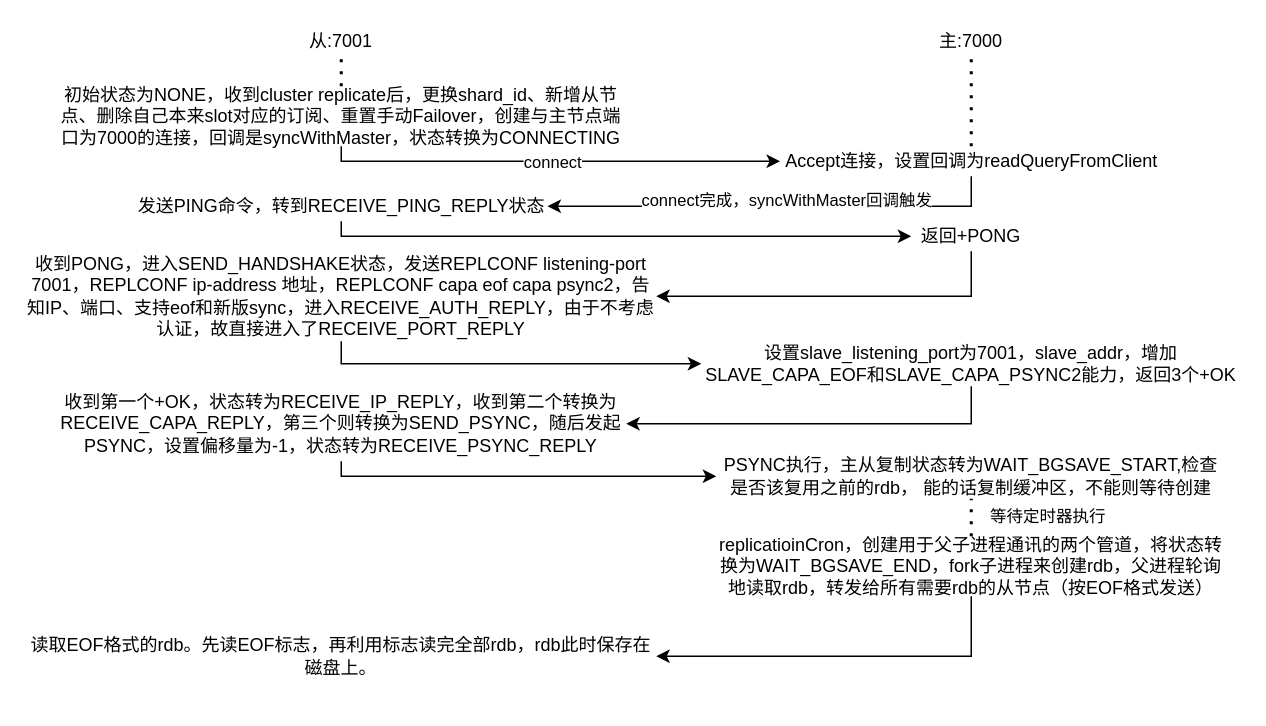
Afeather2017/Afeather-Flowcharts keeps this draw.io diagram as cluster-replication.drawio. Above is the earlier version. Source tidied: cells renumbered, new cells numbered last; positions are measured from the earlier drawing's top-left corner, leaving out a move shared by most shapes. Both pictures are drawn from the tidied source at 150%, with x=0, y=0 at pixel (26, 26).
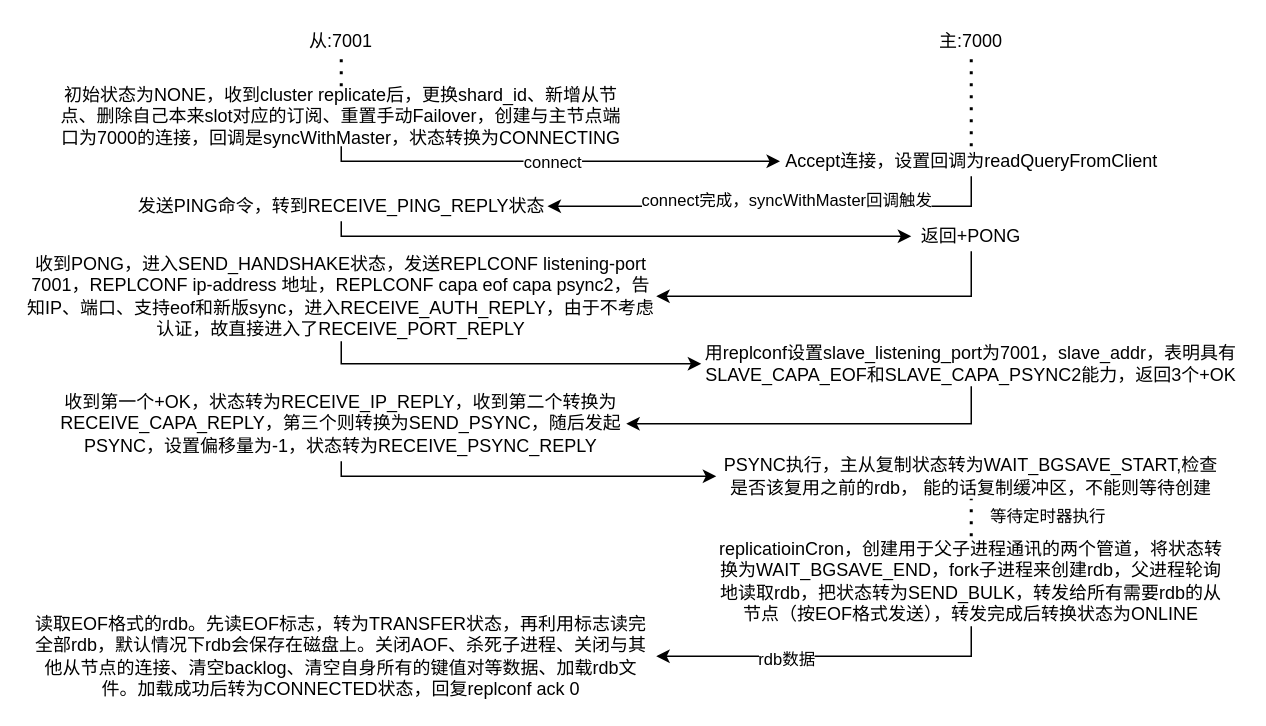
The same diagram, later.

The change refers to these unchanged cells:
```xml
<mxCell id="23" style="edgeStyle=orthogonalEdgeStyle;rounded=0;jettySize=auto;html=1;entryX=1;entryY=0.5;entryDx=0;entryDy=0;exitX=0.5;exitY=1;exitDx=0;exitDy=0;" parent="1" edge="1" source="24" target="27">
  <mxGeometry relative="1" as="geometry" />
</mxCell>
```

Diff of the diagram source:
```diff
@@
-    <mxCell id="17" value="设置slave_listening_port为7001，slave_addr，增加SLAVE_CAPA_EOF和&lt;span style=&quot;background-color: initial; font-size: 12px;&quot;&gt;SLAVE_CAPA_PSYNC2&lt;/span&gt;能力，返回3个+OK" style="text;html=1;align=center;verticalAlign=middle;whiteSpace=wrap;rounded=0;" parent="1" vertex="1">
+    <mxCell id="17" value="用replconf设置slave_listening_port为7001，slave_addr，表明具有SLAVE_CAPA_EOF和&lt;span style=&quot;background-color: initial; font-size: 12px;&quot;&gt;SLAVE_CAPA_PSYNC2&lt;/span&gt;能力，返回3个+OK" style="text;html=1;align=center;verticalAlign=middle;whiteSpace=wrap;rounded=0;" parent="1" vertex="1">
       <mxGeometry x="450" y="210" width="360" height="30" as="geometry" />
     </mxCell>
@@
+    <mxCell id="28" value="rdb数据" style="edgeLabel;html=1;align=center;verticalAlign=middle;" parent="23" vertex="1">
+      <mxGeometry x="0.25" y="1" relative="1" as="geometry" />
+    </mxCell>
-    <mxCell id="24" value="replicatioinCron，创建用于父子进程通讯的两个管道，将状态转换为WAIT_BGSAVE_END，fork子进程来创建rdb，父进程轮询地读取rdb，转发给所有需要rdb的从节点（按EOF格式发送）" style="text;html=1;align=center;verticalAlign=middle;whiteSpace=wrap;rounded=0;" parent="1" vertex="1">
-      <mxGeometry x="460" y="340" width="340" height="40" as="geometry" />
+    <mxCell id="24" value="replicatioinCron，创建用于父子进程通讯的两个管道，将状态转换为WAIT_BGSAVE_END，fork子进程来创建rdb，父进程轮询地读取rdb，把状态转为SEND_BULK，转发给所有需要rdb的从节点（按EOF格式发送），转发完成后转换状态为ONLINE" style="text;html=1;align=center;verticalAlign=middle;whiteSpace=wrap;rounded=0;" parent="1" vertex="1">
+      <mxGeometry x="460" y="340" width="340" height="60" as="geometry" />
     </mxCell>
@@
-    <mxCell id="27" value="读取EOF格式的rdb。先读EOF标志，再利用标志读完全部rdb，rdb此时保存在磁盘上。" style="text;html=1;align=center;verticalAlign=middle;whiteSpace=wrap;rounded=0;" parent="1" vertex="1">
+    <mxCell id="27" value="读取EOF格式的rdb。先读EOF标志，转为TRANSFER状态，再利用标志读完全部rdb，默认情况下rdb会保存在磁盘上。关闭AOF、杀死子进程、关闭与其他从节点的连接、清空backlog、清空自身所有的键值对等数据、加载rdb文件。加载成功后转为CONNECTED状态，回复replconf ack 0" style="text;html=1;align=center;verticalAlign=middle;whiteSpace=wrap;rounded=0;" parent="1" vertex="1">
       <mxGeometry y="390" width="420" height="60" as="geometry" />
     </mxCell>
```
